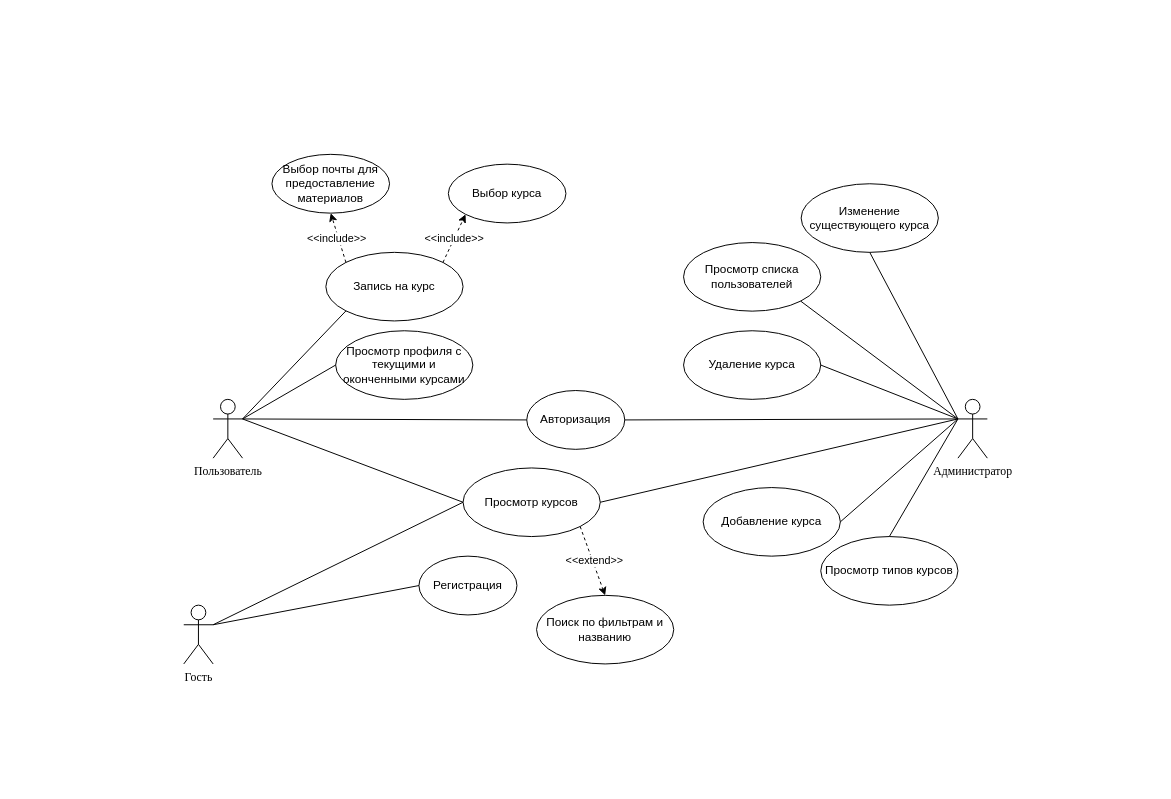
DahakaDevelopDevOps/Course_Work_Stable keeps this draw.io diagram as TypesOfUsageDiagram.drawio. Above is the earlier version. Source tidied: cells renumbered, new cells numbered last; positions are measured from the earlier drawing's top-left corner, leaving out a move shared by most shapes. Both pictures are drawn from the tidied source at 98%, with x=0, y=0 at pixel (183, 154).
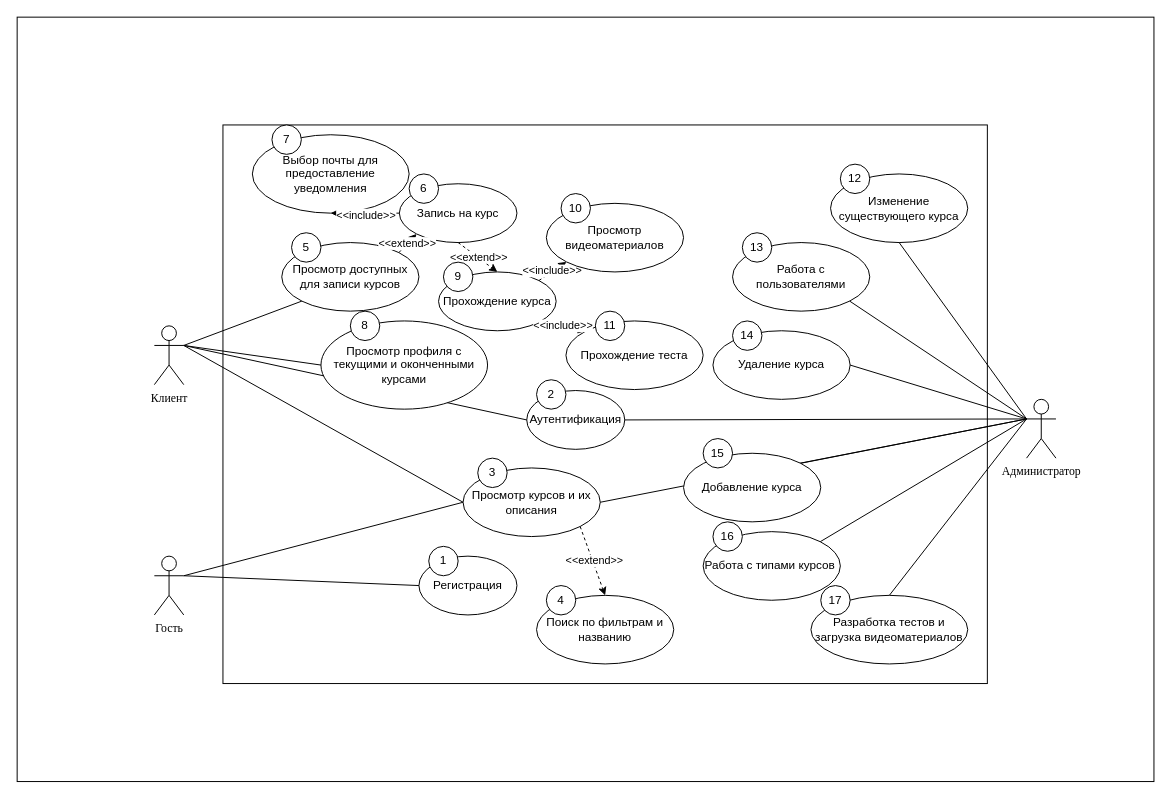
Above is the later version.

The change refers to these unchanged cells:
```xml
<mxCell id="23" style="endArrow=classic;dashed=1;html=1;rounded=0;entryX=0;entryY=1;entryDx=0;entryDy=0;exitX=1;exitY=0;exitDx=0;exitDy=0;startArrow=none;startFill=0;endFill=1;" parent="1" edge="1" source="11" target="13">
  <mxGeometry relative="1" as="geometry" />
</mxCell>
```

What changed in the source:
```diff
@@
+    <mxCell id="37" style="rounded=0;whiteSpace=wrap;html=1;" parent="1" vertex="1">
+      <mxGeometry x="-170" y="-140" width="1160" height="780" as="geometry" />
+    </mxCell>
+    <mxCell id="38" style="rounded=0;whiteSpace=wrap;html=1;" parent="1" vertex="1">
+      <mxGeometry x="40" y="-30" width="780" height="570" as="geometry" />
+    </mxCell>
-    <mxCell id="2" value="Пользователь" style="shape=umlActor;verticalLabelPosition=bottom;verticalAlign=top;html=1;outlineConnect=0;fontFamily=Times New Roman;fontSize=12;" parent="1" vertex="1">
-      <mxGeometry x="30" y="250" width="30" height="60" as="geometry" />
+    <mxCell id="2" value="Клиент" style="shape=umlActor;verticalLabelPosition=bottom;verticalAlign=top;html=1;outlineConnect=0;fontFamily=Times New Roman;fontSize=12;" parent="1" vertex="1">
+      <mxGeometry x="-30" y="175" width="30" height="60" as="geometry" />
     </mxCell>
     <mxCell id="3" value="Администратор" style="shape=umlActor;verticalLabelPosition=bottom;verticalAlign=top;html=1;outlineConnect=0;fontFamily=Times New Roman;fontSize=12;" parent="1" vertex="1">
-      <mxGeometry x="790" y="250" width="30" height="60" as="geometry" />
+      <mxGeometry x="860" y="250" width="30" height="60" as="geometry" />
     </mxCell>
@@
     <mxCell id="5" value="Гость" style="shape=umlActor;verticalLabelPosition=bottom;verticalAlign=top;html=1;outlineConnect=0;fontFamily=Times New Roman;fontSize=12;" parent="1" vertex="1">
-      <mxGeometry y="460" width="30" height="60" as="geometry" />
+      <mxGeometry x="-30" y="410" width="30" height="60" as="geometry" />
     </mxCell>
-    <mxCell id="6" value="Авторизация" style="ellipse;whiteSpace=wrap;html=1;" parent="1" vertex="1">
+    <mxCell id="6" value="Аутентификация" style="ellipse;whiteSpace=wrap;html=1;" parent="1" vertex="1">
       <mxGeometry x="350" y="241" width="100" height="60" as="geometry" />
     </mxCell>
@@
-    <mxCell id="10" value="Просмотр типов курсов" style="ellipse;whiteSpace=wrap;html=1;" parent="1" vertex="1">
-      <mxGeometry x="650" y="390" width="140" height="70" as="geometry" />
+    <mxCell id="10" value="Работа с типами курсов&amp;nbsp;" style="ellipse;whiteSpace=wrap;html=1;" parent="1" vertex="1">
+      <mxGeometry x="530" y="385" width="140" height="70" as="geometry" />
     </mxCell>
-    <mxCell id="11" value="Запись на курс" style="ellipse;whiteSpace=wrap;html=1;" parent="1" vertex="1">
-      <mxGeometry x="145" y="100" width="140" height="70" as="geometry" />
+    <mxCell id="11" value="Просмотр доступных для записи курсов" style="ellipse;whiteSpace=wrap;html=1;" parent="1" vertex="1">
+      <mxGeometry x="100" y="90" width="140" height="70" as="geometry" />
     </mxCell>
-    <mxCell id="12" value="Выбор почты для предоставление материалов" style="ellipse;whiteSpace=wrap;html=1;" parent="1" vertex="1">
-      <mxGeometry x="90" width="120" height="60" as="geometry" />
+    <mxCell id="12" value="Выбор почты для предоставление уведомления" style="ellipse;whiteSpace=wrap;html=1;" parent="1" vertex="1">
+      <mxGeometry x="70" y="-20" width="160" height="80" as="geometry" />
     </mxCell>
-    <mxCell id="13" value="Выбор курса" style="ellipse;whiteSpace=wrap;html=1;" parent="1" vertex="1">
-      <mxGeometry x="270" y="10" width="120" height="60" as="geometry" />
+    <mxCell id="13" value="Запись на курс" style="ellipse;whiteSpace=wrap;html=1;" parent="1" vertex="1">
+      <mxGeometry x="220" y="30" width="120" height="60" as="geometry" />
     </mxCell>
-    <mxCell id="14" value="Просмотр курсов" style="ellipse;whiteSpace=wrap;html=1;" parent="1" vertex="1">
+    <mxCell id="14" value="Просмотр курсов и их описания" style="ellipse;whiteSpace=wrap;html=1;" parent="1" vertex="1">
       <mxGeometry x="285" y="320" width="140" height="70" as="geometry" />
     </mxCell>
@@
-    <mxCell id="18" style="endArrow=none;html=1;rounded=0;entryX=0.5;entryY=0;entryDx=0;entryDy=0;exitX=0;exitY=0.3333333333333333;exitDx=0;exitDy=0;exitPerimeter=0;" parent="1" edge="1" source="3" target="10">
-      <mxGeometry relative="1" as="geometry" />
+    <mxCell id="18" style="endArrow=none;html=1;rounded=0;entryX=1;entryY=0;entryDx=0;entryDy=0;" parent="1" edge="1" target="10">
+      <mxGeometry relative="1" as="geometry">
+        <mxPoint x="860" y="270" as="sourcePoint" />
+      </mxGeometry>
     </mxCell>
@@
-    <mxCell id="20" value="Просмотр списка пользователей" style="ellipse;whiteSpace=wrap;html=1;" parent="1" vertex="1">
-      <mxGeometry x="510" y="90" width="140" height="70" as="geometry" />
+    <mxCell id="20" value="Работа с пользователями" style="ellipse;whiteSpace=wrap;html=1;" parent="1" vertex="1">
+      <mxGeometry x="560" y="90" width="140" height="70" as="geometry" />
     </mxCell>
-    <mxCell id="21" style="endArrow=classic;dashed=1;html=1;rounded=0;entryX=0.5;entryY=1;entryDx=0;entryDy=0;exitX=0;exitY=0;exitDx=0;exitDy=0;startArrow=none;startFill=0;endFill=1;" parent="1" edge="1" source="11" target="12">
+    <mxCell id="21" style="endArrow=classic;dashed=1;html=1;rounded=0;entryX=0.5;entryY=1;entryDx=0;entryDy=0;exitX=0;exitY=0.5;exitDx=0;exitDy=0;startArrow=none;startFill=0;endFill=1;" parent="1" edge="1" source="13" target="12">
       <mxGeometry relative="1" as="geometry" />
     </mxCell>
@@
-    <mxCell id="24" value="&amp;lt;&amp;lt;include&amp;gt;&amp;gt;" style="edgeLabel;html=1;align=center;verticalAlign=middle;" parent="23" vertex="1">
+    <mxCell id="24" value="&amp;lt;&amp;lt;extend&amp;gt;&amp;gt;" style="edgeLabel;html=1;align=center;verticalAlign=middle;" parent="23" vertex="1">
       <mxGeometry x="-0.02" y="1" relative="1" as="geometry" />
     </mxCell>
@@
     <mxCell id="29" value="Изменение существующего курса" style="ellipse;whiteSpace=wrap;html=1;" parent="1" vertex="1">
-      <mxGeometry x="630" y="30" width="140" height="70" as="geometry" />
+      <mxGeometry x="660" y="20" width="140" height="70" as="geometry" />
     </mxCell>
@@
     <mxCell id="31" value="Добавление курса" style="ellipse;whiteSpace=wrap;html=1;" parent="1" vertex="1">
-      <mxGeometry x="530" y="340" width="140" height="70" as="geometry" />
+      <mxGeometry x="510" y="305" width="140" height="70" as="geometry" />
     </mxCell>
-    <mxCell id="32" style="endArrow=none;html=1;rounded=0;entryX=1;entryY=0.5;entryDx=0;entryDy=0;" parent="1" edge="1" target="31">
-      <mxGeometry relative="1" as="geometry">
-        <mxPoint x="790" y="270" as="sourcePoint" />
-      </mxGeometry>
+    <mxCell id="32" style="endArrow=none;html=1;rounded=0;entryX=1;entryY=0;entryDx=0;entryDy=0;exitX=0;exitY=0.3333333333333333;exitDx=0;exitDy=0;exitPerimeter=0;" parent="1" edge="1" source="3" target="31">
+      <mxGeometry relative="1" as="geometry" />
     </mxCell>
     <mxCell id="33" value="Удаление курса" style="ellipse;whiteSpace=wrap;html=1;" parent="1" vertex="1">
-      <mxGeometry x="510" y="180" width="140" height="70" as="geometry" />
+      <mxGeometry x="540" y="180" width="140" height="70" as="geometry" />
     </mxCell>
@@
-    <mxCell id="35" value="Просмотр профиля с текущими и оконченными курсами" style="ellipse;whiteSpace=wrap;html=1;" parent="1" vertex="1">
-      <mxGeometry x="155" y="180" width="140" height="70" as="geometry" />
+    <mxCell id="35" value="&lt;div&gt;&lt;span style=&quot;background-color: transparent; color: light-dark(rgb(0, 0, 0), rgb(255, 255, 255));&quot;&gt;Просмотр профиля с текущими и оконченными курсами&lt;/span&gt;&lt;/div&gt;" style="ellipse;whiteSpace=wrap;html=1;" parent="1" vertex="1">
+      <mxGeometry x="140" y="170" width="170" height="90" as="geometry" />
     </mxCell>
@@
+    <mxCell id="39" value="Прохождение курса" style="ellipse;whiteSpace=wrap;html=1;" parent="1" vertex="1">
+      <mxGeometry x="260" y="120" width="120" height="60" as="geometry" />
+    </mxCell>
+    <mxCell id="40" style="endArrow=classic;dashed=1;html=1;rounded=0;entryX=0.5;entryY=0;entryDx=0;entryDy=0;exitX=0.5;exitY=1;exitDx=0;exitDy=0;startArrow=none;startFill=0;endFill=1;" parent="1" edge="1" source="13" target="39">
+      <mxGeometry relative="1" as="geometry" />
+    </mxCell>
+    <mxCell id="41" value="&amp;lt;&amp;lt;extend&amp;gt;&amp;gt;" style="edgeLabel;html=1;align=center;verticalAlign=middle;" parent="40" vertex="1">
+      <mxGeometry x="-0.02" y="1" relative="1" as="geometry" />
+    </mxCell>
+    <mxCell id="42" style="endArrow=classic;dashed=1;html=1;rounded=0;entryX=0;entryY=0;entryDx=0;entryDy=0;exitX=1;exitY=1;exitDx=0;exitDy=0;startArrow=none;startFill=0;endFill=1;" parent="1" edge="1" source="58" target="46">
+      <mxGeometry relative="1" as="geometry" />
+    </mxCell>
+    <mxCell id="43" style="endArrow=classic;dashed=1;html=1;rounded=0;exitX=1;exitY=0;exitDx=0;exitDy=0;startArrow=none;startFill=0;endFill=1;entryX=0;entryY=1;entryDx=0;entryDy=0;" parent="1" edge="1" source="39" target="45">
+      <mxGeometry relative="1" as="geometry" />
+    </mxCell>
+    <mxCell id="44" value="&amp;lt;&amp;lt;include&amp;gt;&amp;gt;" style="edgeLabel;html=1;align=center;verticalAlign=middle;" parent="43" vertex="1">
+      <mxGeometry x="-0.02" y="1" relative="1" as="geometry" />
+    </mxCell>
+    <mxCell id="45" value="Просмотр видеоматериалов" style="ellipse;whiteSpace=wrap;html=1;" parent="1" vertex="1">
+      <mxGeometry x="370" y="50" width="140" height="70" as="geometry" />
+    </mxCell>
+    <mxCell id="46" value="Прохождение теста" style="ellipse;whiteSpace=wrap;html=1;" parent="1" vertex="1">
+      <mxGeometry x="390" y="170" width="140" height="70" as="geometry" />
+    </mxCell>
+    <mxCell id="47" value="1" style="ellipse;whiteSpace=wrap;html=1;" parent="1" vertex="1">
+      <mxGeometry x="250" y="400" width="30" height="30" as="geometry" />
+    </mxCell>
+    <mxCell id="48" value="2" style="ellipse;whiteSpace=wrap;html=1;" parent="1" vertex="1">
+      <mxGeometry x="360" y="230" width="30" height="30" as="geometry" />
+    </mxCell>
+    <mxCell id="49" value="3" style="ellipse;whiteSpace=wrap;html=1;" parent="1" vertex="1">
+      <mxGeometry x="300" y="310" width="30" height="30" as="geometry" />
+    </mxCell>
+    <mxCell id="50" value="5" style="ellipse;whiteSpace=wrap;html=1;" parent="1" vertex="1">
+      <mxGeometry x="110" y="80" width="30" height="30" as="geometry" />
+    </mxCell>
+    <mxCell id="51" value="6" style="ellipse;whiteSpace=wrap;html=1;" parent="1" vertex="1">
+      <mxGeometry x="230" y="20" width="30" height="30" as="geometry" />
+    </mxCell>
+    <mxCell id="52" value="7" style="ellipse;whiteSpace=wrap;html=1;" parent="1" vertex="1">
+      <mxGeometry x="90" y="-30" width="30" height="30" as="geometry" />
+    </mxCell>
+    <mxCell id="53" value="8" style="ellipse;whiteSpace=wrap;html=1;" parent="1" vertex="1">
+      <mxGeometry x="170" y="160" width="30" height="30" as="geometry" />
+    </mxCell>
+    <mxCell id="54" value="9" style="ellipse;whiteSpace=wrap;html=1;" parent="1" vertex="1">
+      <mxGeometry x="265" y="110" width="30" height="30" as="geometry" />
+    </mxCell>
+    <mxCell id="55" value="10" style="ellipse;whiteSpace=wrap;html=1;" parent="1" vertex="1">
+      <mxGeometry x="385" y="40" width="30" height="30" as="geometry" />
+    </mxCell>
+    <mxCell id="56" style="endArrow=classic;dashed=1;html=1;rounded=0;entryX=0;entryY=0;entryDx=0;entryDy=0;exitX=1;exitY=1;exitDx=0;exitDy=0;startArrow=none;startFill=0;endFill=1;" parent="1" edge="1" source="39" target="46">
+      <mxGeometry relative="1" as="geometry" />
+    </mxCell>
+    <mxCell id="57" value="&amp;lt;&amp;lt;include&amp;gt;&amp;gt;" style="edgeLabel;html=1;align=center;verticalAlign=middle;" parent="56" vertex="1">
+      <mxGeometry x="-0.02" y="1" relative="1" as="geometry" />
+    </mxCell>
+    <mxCell id="58" value="11" style="ellipse;whiteSpace=wrap;html=1;" parent="1" vertex="1">
+      <mxGeometry x="420" y="160" width="30" height="30" as="geometry" />
+    </mxCell>
+    <mxCell id="59" value="4" style="ellipse;whiteSpace=wrap;html=1;" parent="1" vertex="1">
+      <mxGeometry x="370" y="440" width="30" height="30" as="geometry" />
+    </mxCell>
+    <mxCell id="60" value="12" style="ellipse;whiteSpace=wrap;html=1;" parent="1" vertex="1">
+      <mxGeometry x="670" y="10" width="30" height="30" as="geometry" />
+    </mxCell>
+    <mxCell id="61" value="13" style="ellipse;whiteSpace=wrap;html=1;" parent="1" vertex="1">
+      <mxGeometry x="570" y="80" width="30" height="30" as="geometry" />
+    </mxCell>
+    <mxCell id="62" value="14" style="ellipse;whiteSpace=wrap;html=1;" parent="1" vertex="1">
+      <mxGeometry x="560" y="170" width="30" height="30" as="geometry" />
+    </mxCell>
+    <mxCell id="63" value="15" style="ellipse;whiteSpace=wrap;html=1;" parent="1" vertex="1">
+      <mxGeometry x="530" y="290" width="30" height="30" as="geometry" />
+    </mxCell>
+    <mxCell id="64" value="16" style="ellipse;whiteSpace=wrap;html=1;" parent="1" vertex="1">
+      <mxGeometry x="540" y="375" width="30" height="30" as="geometry" />
+    </mxCell>
+    <mxCell id="65" value="Разработка тестов и загрузка видеоматериалов" style="ellipse;whiteSpace=wrap;html=1;" parent="1" vertex="1">
+      <mxGeometry x="640" y="450" width="160" height="70" as="geometry" />
+    </mxCell>
+    <mxCell id="66" value="17" style="ellipse;whiteSpace=wrap;html=1;" parent="1" vertex="1">
+      <mxGeometry x="650" y="440" width="30" height="30" as="geometry" />
+    </mxCell>
+    <mxCell id="67" style="endArrow=none;html=1;rounded=0;entryX=0;entryY=0.3333333333333333;entryDx=0;entryDy=0;entryPerimeter=0;exitX=0.5;exitY=0;exitDx=0;exitDy=0;" parent="1" edge="1" source="65" target="3">
+      <mxGeometry relative="1" as="geometry" />
+    </mxCell>
```
